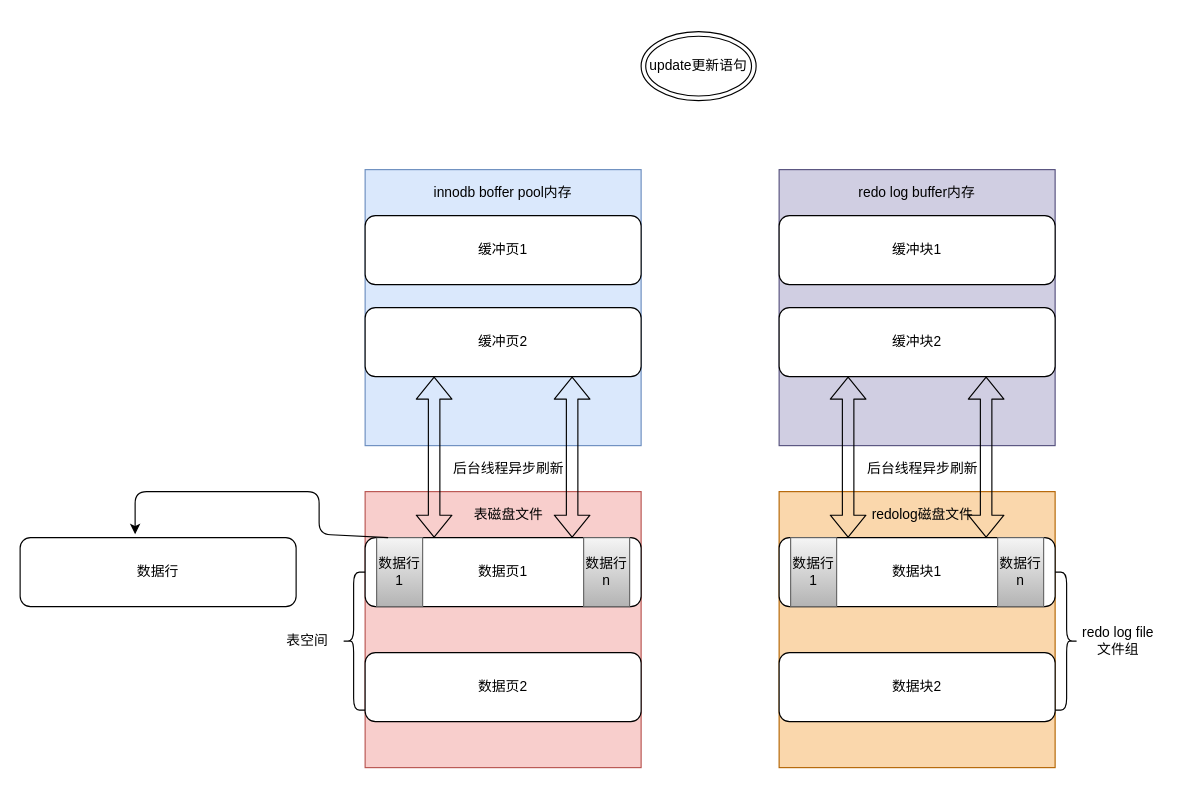
Before: select-update.drawio in wqfgithub/drawio, a draw.io diagram. Source tidied: cells renumbered, new cells numbered last; positions are measured from the earlier drawing's top-left corner, leaving out a move shared by most shapes. Both pictures are drawn from the tidied source at 115%, with x=0, y=0 at pixel (20, 31).
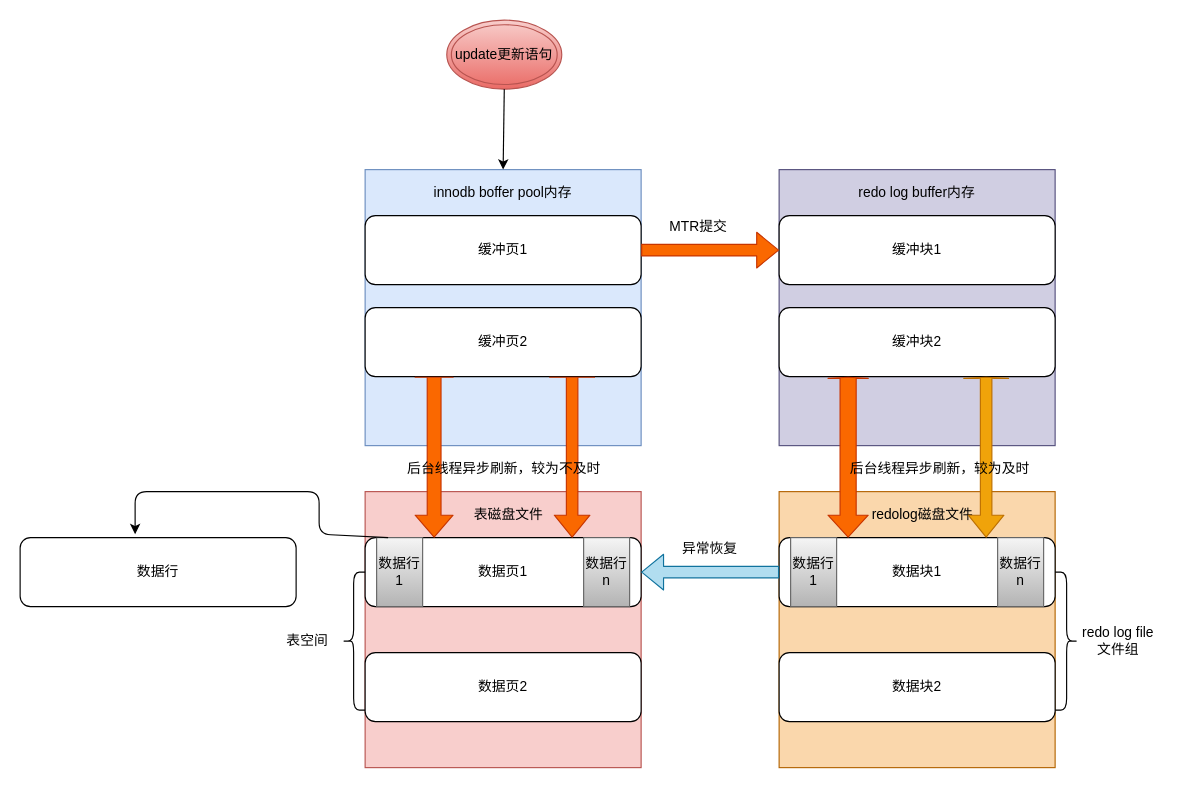
The same page after the edit.

Unchanged cells that the change refers to:
```xml
<mxCell id="7" value="数据页1" style="rounded=1;whiteSpace=wrap;html=1;" parent="1" vertex="1">
  <mxGeometry x="300" y="440" width="240" height="60" as="geometry" />
</mxCell>
<mxCell id="9" value="缓冲页1" style="rounded=1;whiteSpace=wrap;html=1;" parent="1" vertex="1">
  <mxGeometry x="300" y="160" width="240" height="60" as="geometry" />
</mxCell>
<mxCell id="13" value="缓冲页2" style="rounded=1;whiteSpace=wrap;html=1;" parent="1" vertex="1">
  <mxGeometry x="300" y="240" width="240" height="60" as="geometry" />
</mxCell>
<mxCell id="25" value="数据块1" style="rounded=1;whiteSpace=wrap;html=1;" parent="1" vertex="1">
  <mxGeometry x="660" y="440" width="240" height="60" as="geometry" />
</mxCell>
```

The edit, as a diff of the source:
```diff
@@
-    <mxCell id="3" value="update更新语句" style="ellipse;shape=doubleEllipse;whiteSpace=wrap;html=1;" parent="1" vertex="1">
-      <mxGeometry x="540" width="100" height="60" as="geometry" />
+    <mxCell id="3" value="update更新语句" style="ellipse;shape=doubleEllipse;whiteSpace=wrap;html=1;gradientColor=#ea6b66;fillColor=#f8cecc;strokeColor=#b85450;" parent="1" vertex="1">
+      <mxGeometry x="371" y="-10" width="100" height="60" as="geometry" />
     </mxCell>
@@
-    <mxCell id="15" style="shape=flexArrow;endArrow=classic;startArrow=classic;html=1;entryX=0.25;entryY=1;entryDx=0;entryDy=0;" parent="1" edge="1" target="13">
+    <mxCell id="15" style="shape=flexArrow;endArrow=classic;startArrow=classic;html=1;entryX=0.25;entryY=1;entryDx=0;entryDy=0;width=12;endSize=-0.33;fillColor=#fa6800;strokeColor=#C73500;" parent="1" edge="1" target="13">
       <mxGeometry relative="1" as="geometry">
         <mxPoint x="360" y="440" as="sourcePoint" />
       </mxGeometry>
     </mxCell>
-    <mxCell id="16" style="shape=flexArrow;endArrow=classic;startArrow=classic;html=1;entryX=0.25;entryY=1;entryDx=0;entryDy=0;" parent="1" edge="1">
+    <mxCell id="16" style="shape=flexArrow;endArrow=classic;startArrow=classic;html=1;entryX=0.25;entryY=1;entryDx=0;entryDy=0;endWidth=28;endSize=-0.33;fillColor=#fa6800;strokeColor=#C73500;" parent="1" edge="1">
       <mxGeometry relative="1" as="geometry">
         <mxPoint x="480" y="440" as="sourcePoint" />
         <mxPoint x="480" y="300" as="targetPoint" />
       </mxGeometry>
     </mxCell>
@@
-    <mxCell id="19" value="后台线程异步刷新" style="text;html=1;strokeColor=none;fillColor=none;align=center;verticalAlign=middle;whiteSpace=wrap;rounded=0;" parent="1" vertex="1">
-      <mxGeometry x="350" y="370" width="150" height="20" as="geometry" />
+    <mxCell id="19" value="后台线程异步刷新，较为不及时" style="text;html=1;strokeColor=none;fillColor=none;align=center;verticalAlign=middle;whiteSpace=wrap;rounded=0;" parent="1" vertex="1">
+      <mxGeometry x="331" y="370" width="180" height="20" as="geometry" />
     </mxCell>
@@
-    <mxCell id="30" style="shape=flexArrow;endArrow=classic;startArrow=classic;html=1;entryX=0.25;entryY=1;entryDx=0;entryDy=0;" parent="1" edge="1">
+    <mxCell id="30" style="shape=flexArrow;endArrow=classic;startArrow=classic;html=1;entryX=0.25;entryY=1;entryDx=0;entryDy=0;width=14;endSize=0;fillColor=#fa6800;strokeColor=#C73500;" parent="1" edge="1">
       <mxGeometry relative="1" as="geometry">
         <mxPoint x="720" y="440" as="sourcePoint" />
         <mxPoint x="720" y="300" as="targetPoint" />
       </mxGeometry>
     </mxCell>
-    <mxCell id="31" style="shape=flexArrow;endArrow=classic;startArrow=classic;html=1;entryX=0.25;entryY=1;entryDx=0;entryDy=0;" parent="1" edge="1">
+    <mxCell id="31" style="shape=flexArrow;endArrow=classic;startArrow=classic;html=1;entryX=0.25;entryY=1;entryDx=0;entryDy=0;endWidth=28;endSize=0;fillColor=#f0a30a;strokeColor=#BD7000;" parent="1" edge="1">
       <mxGeometry relative="1" as="geometry">
         <mxPoint x="840" y="440" as="sourcePoint" />
         <mxPoint x="840" y="300" as="targetPoint" />
       </mxGeometry>
     </mxCell>
-    <mxCell id="32" value="后台线程异步刷新" style="text;html=1;strokeColor=none;fillColor=none;align=center;verticalAlign=middle;whiteSpace=wrap;rounded=0;" parent="1" vertex="1">
-      <mxGeometry x="710" y="370" width="150" height="20" as="geometry" />
+    <mxCell id="32" value="后台线程异步刷新，较为及时" style="text;html=1;strokeColor=none;fillColor=none;align=center;verticalAlign=middle;whiteSpace=wrap;rounded=0;" parent="1" vertex="1">
+      <mxGeometry x="710" y="370" width="180" height="20" as="geometry" />
     </mxCell>
@@
+    <mxCell id="35" style="endArrow=classic;html=1;" parent="1" edge="1">
+      <mxGeometry relative="1" as="geometry">
+        <mxPoint x="421" y="50" as="sourcePoint" />
+        <mxPoint x="420" y="120" as="targetPoint" />
+      </mxGeometry>
+    </mxCell>
+    <mxCell id="36" style="shape=flexArrow;endArrow=classic;html=1;exitX=1;exitY=0.5;exitDx=0;exitDy=0;fillColor=#fa6800;strokeColor=#C73500;" parent="1" edge="1" source="9">
+      <mxGeometry relative="1" as="geometry">
+        <mxPoint x="660" y="190" as="targetPoint" />
+      </mxGeometry>
+    </mxCell>
+    <mxCell id="37" style="shape=flexArrow;endArrow=classic;html=1;exitX=0;exitY=0.5;exitDx=0;exitDy=0;fillColor=#b1ddf0;strokeColor=#10739e;" parent="1" edge="1" source="25" target="7">
+      <mxGeometry relative="1" as="geometry" />
+    </mxCell>
+    <mxCell id="38" value="异常恢复" style="text;html=1;strokeColor=none;fillColor=none;align=center;verticalAlign=middle;whiteSpace=wrap;rounded=0;" parent="1" vertex="1">
+      <mxGeometry x="560" y="440" width="80" height="20" as="geometry" />
+    </mxCell>
+    <mxCell id="39" value="MTR提交" style="text;html=1;strokeColor=none;fillColor=none;align=center;verticalAlign=middle;whiteSpace=wrap;rounded=0;" parent="1" vertex="1">
+      <mxGeometry x="550" y="160" width="80" height="20" as="geometry" />
+    </mxCell>
```
